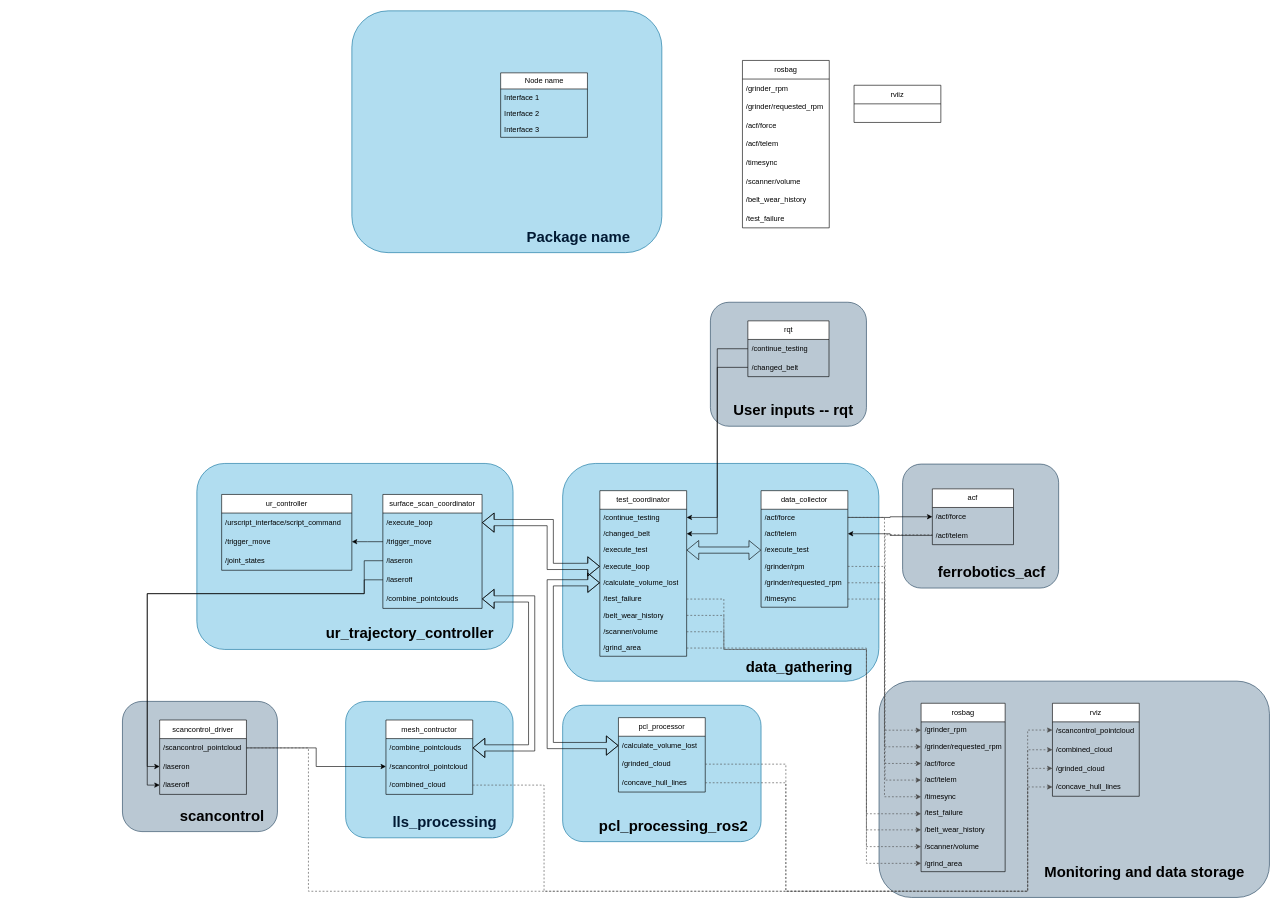
The draw.io diagram Untitled Diagram.drawio in Luka140/drawio_graphs, before the edit. Source tidied: cells renumbered, new cells numbered last; positions are measured from the earlier drawing's top-left corner, leaving out a move shared by most shapes. Both pictures are drawn from the tidied source at 62%, with x=0, y=0 at pixel (11, 11).
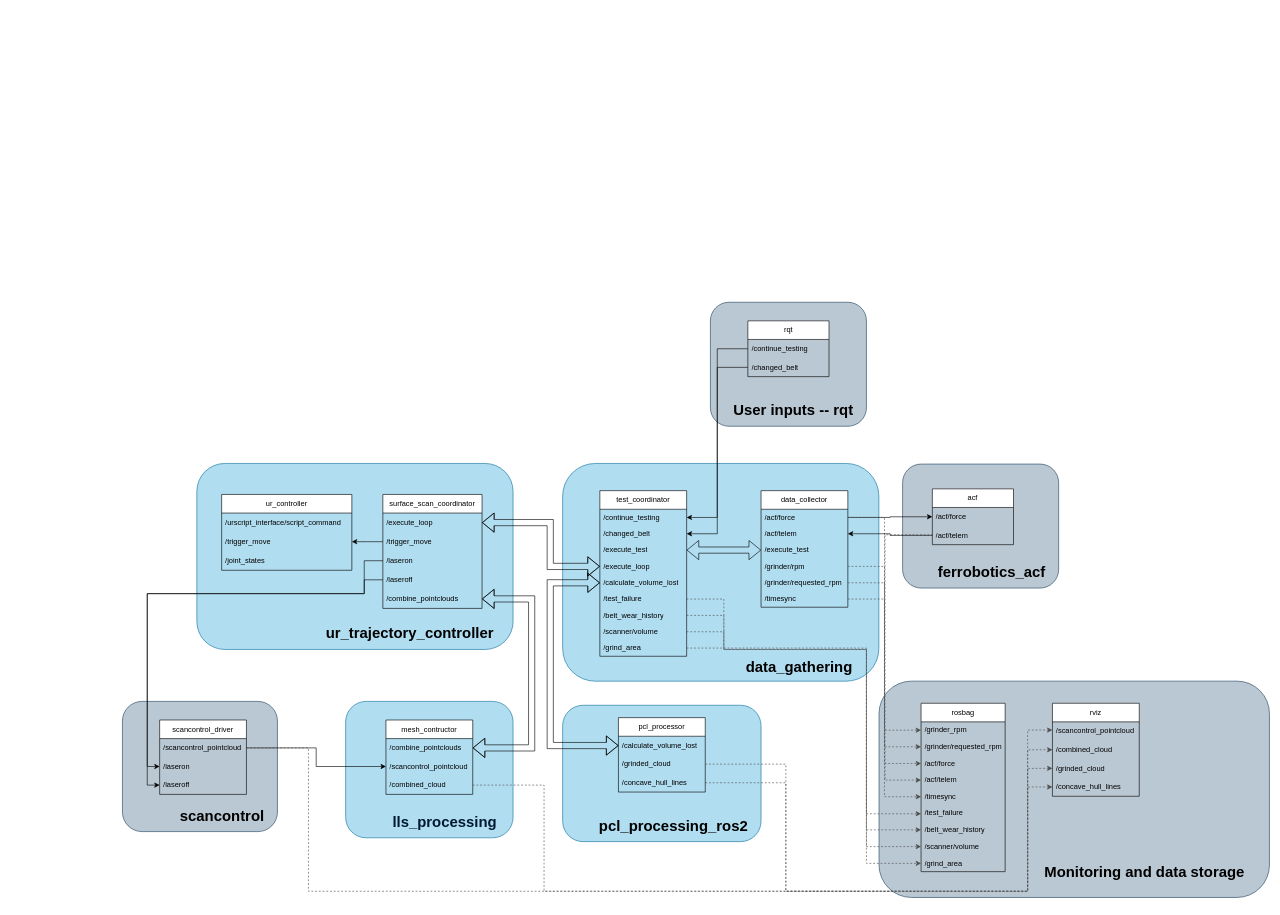
The same page after the edit.

What changed in the source:
```diff
@@
-    <mxCell id="2" style="group;" parent="1" vertex="1">
-      <mxGeometry x="550" width="500" height="390" as="geometry" />
-    </mxCell>
-    <mxCell id="3" style="rounded=1;whiteSpace=wrap;html=1;fillColor=#b1ddf0;strokeColor=#10739e;" parent="2" vertex="1">
-      <mxGeometry width="500" height="390" as="geometry" />
-    </mxCell>
-    <mxCell id="4" value="&lt;div align=&quot;right&quot;&gt;&lt;font color=&quot;#001933&quot;&gt;Package name&lt;br&gt;&lt;/font&gt;&lt;/div&gt;" style="text;strokeColor=none;fillColor=none;html=1;fontSize=24;fontStyle=1;verticalAlign=middle;align=right;" parent="2" vertex="1">
-      <mxGeometry x="40" y="340" width="410" height="50" as="geometry" />
-    </mxCell>
-    <mxCell id="5" value="Node name" style="swimlane;fontStyle=0;horizontal=1;startSize=26;html=1;" parent="1" vertex="1">
-      <mxGeometry x="790" y="100" width="140" height="104" as="geometry" />
-    </mxCell>
-    <mxCell id="6" value="Interface 1" style="text;strokeColor=none;fillColor=none;align=left;verticalAlign=top;spacingLeft=4;spacingRight=4;overflow=hidden;whiteSpace=wrap;html=1;" parent="5" vertex="1">
-      <mxGeometry y="26" width="140" height="26" as="geometry" />
-    </mxCell>
-    <mxCell id="7" value="Interface 2" style="text;strokeColor=none;fillColor=none;align=left;verticalAlign=top;spacingLeft=4;spacingRight=4;overflow=hidden;whiteSpace=wrap;html=1;" parent="5" vertex="1">
-      <mxGeometry y="52" width="140" height="26" as="geometry" />
-    </mxCell>
-    <mxCell id="8" value="Interface 3" style="text;strokeColor=none;fillColor=none;align=left;verticalAlign=top;spacingLeft=4;spacingRight=4;overflow=hidden;whiteSpace=wrap;html=1;" parent="5" vertex="1">
-      <mxGeometry y="78" width="140" height="26" as="geometry" />
-    </mxCell>
@@
-    <mxCell id="30" value="rosbag" style="swimlane;fontStyle=0;horizontal=1;startSize=30;whiteSpace=wrap;html=1;" parent="1" vertex="1">
-      <mxGeometry x="1180" y="80" width="140" height="270" as="geometry" />
-    </mxCell>
-    <mxCell id="31" value="/grinder_rpm&lt;span style=&quot;white-space: pre;&quot;&gt;&#9;&lt;/span&gt;" style="text;strokeColor=none;fillColor=none;align=left;verticalAlign=middle;spacingLeft=4;spacingRight=4;overflow=hidden;whiteSpace=wrap;html=1;" parent="30" vertex="1">
-      <mxGeometry y="30" width="140" height="30" as="geometry" />
-    </mxCell>
-    <mxCell id="32" value="/grinder/requested_rpm" style="text;strokeColor=none;fillColor=none;align=left;verticalAlign=middle;spacingLeft=4;spacingRight=4;overflow=hidden;whiteSpace=wrap;html=1;" parent="30" vertex="1">
-      <mxGeometry y="60" width="140" height="30" as="geometry" />
-    </mxCell>
-    <mxCell id="33" value="/acf/force" style="text;strokeColor=none;fillColor=none;align=left;verticalAlign=middle;spacingLeft=4;spacingRight=4;overflow=hidden;whiteSpace=wrap;html=1;" parent="30" vertex="1">
-      <mxGeometry y="90" width="140" height="30" as="geometry" />
-    </mxCell>
-    <mxCell id="34" value="/acf/telem" style="text;strokeColor=none;fillColor=none;align=left;verticalAlign=middle;spacingLeft=4;spacingRight=4;overflow=hidden;whiteSpace=wrap;html=1;" parent="30" vertex="1">
-      <mxGeometry y="120" width="140" height="30" as="geometry" />
-    </mxCell>
-    <mxCell id="35" value="/timesync" style="text;strokeColor=none;fillColor=none;align=left;verticalAlign=middle;spacingLeft=4;spacingRight=4;overflow=hidden;whiteSpace=wrap;html=1;" parent="30" vertex="1">
-      <mxGeometry y="150" width="140" height="30" as="geometry" />
-    </mxCell>
-    <mxCell id="36" value="/scanner/volume" style="text;strokeColor=none;fillColor=none;align=left;verticalAlign=middle;spacingLeft=4;spacingRight=4;overflow=hidden;whiteSpace=wrap;html=1;" parent="30" vertex="1">
-      <mxGeometry y="180" width="140" height="30" as="geometry" />
-    </mxCell>
-    <mxCell id="37" value="/belt_wear_history" style="text;strokeColor=none;fillColor=none;align=left;verticalAlign=middle;spacingLeft=4;spacingRight=4;overflow=hidden;whiteSpace=wrap;html=1;" parent="30" vertex="1">
-      <mxGeometry y="210" width="140" height="30" as="geometry" />
-    </mxCell>
-    <mxCell id="38" value="/test_failure" style="text;strokeColor=none;fillColor=none;align=left;verticalAlign=middle;spacingLeft=4;spacingRight=4;overflow=hidden;whiteSpace=wrap;html=1;" parent="30" vertex="1">
-      <mxGeometry y="240" width="140" height="30" as="geometry" />
-    </mxCell>
@@
-    <mxCell id="78" value="rviiz" style="swimlane;fontStyle=0;horizontal=1;startSize=30;whiteSpace=wrap;html=1;" parent="1" vertex="1">
-      <mxGeometry x="1360" y="120" width="140" height="60" as="geometry" />
-    </mxCell>
-    <mxCell id="79" value="&lt;div&gt;&lt;br&gt;&lt;/div&gt;&lt;div&gt;&lt;br&gt;&lt;/div&gt;" style="text;strokeColor=none;fillColor=none;align=left;verticalAlign=middle;spacingLeft=4;spacingRight=4;overflow=hidden;whiteSpace=wrap;html=1;" parent="78" vertex="1">
-      <mxGeometry y="30" width="140" height="30" as="geometry" />
-    </mxCell>
```
